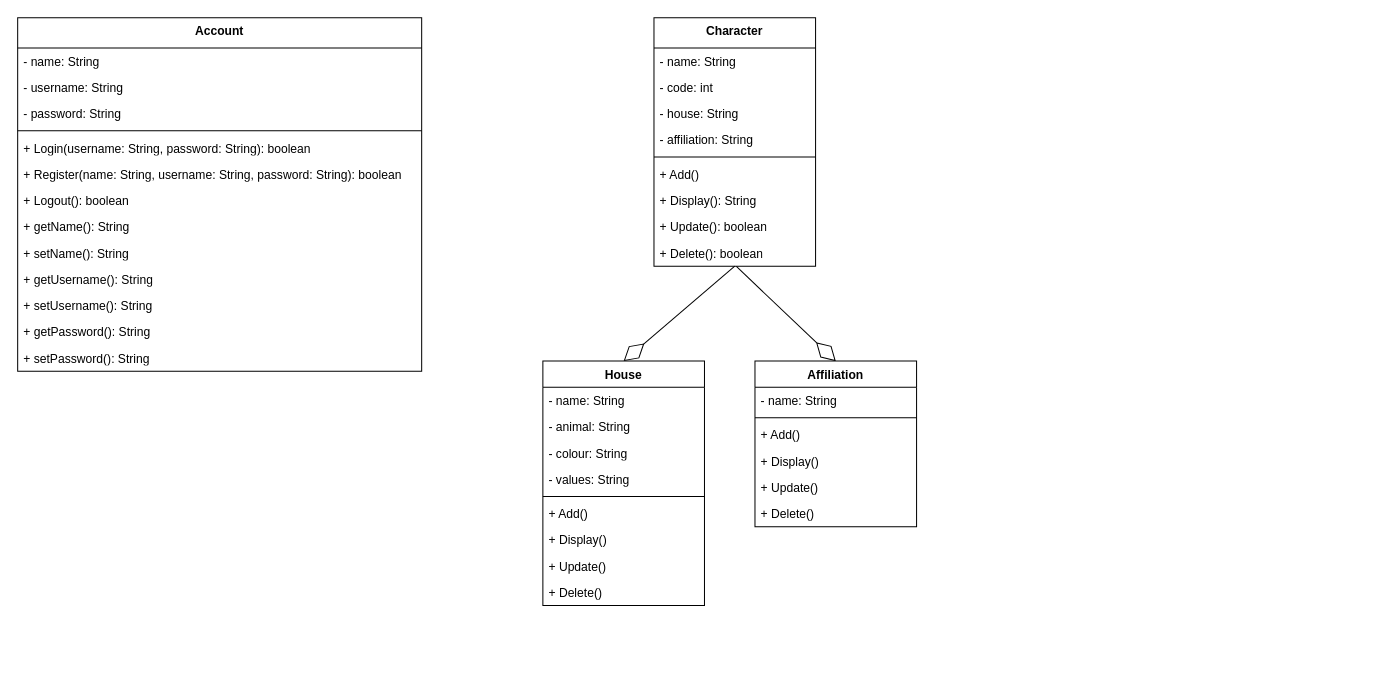
Above: hp.drawio in laurasultan/java (draw.io), before the change. Source tidied: cells renumbered, new cells numbered last; positions are measured from the earlier drawing's top-left corner, leaving out a move shared by most shapes. Both pictures are drawn from the tidied source at 101%, with x=0, y=0 at pixel (17, 17).
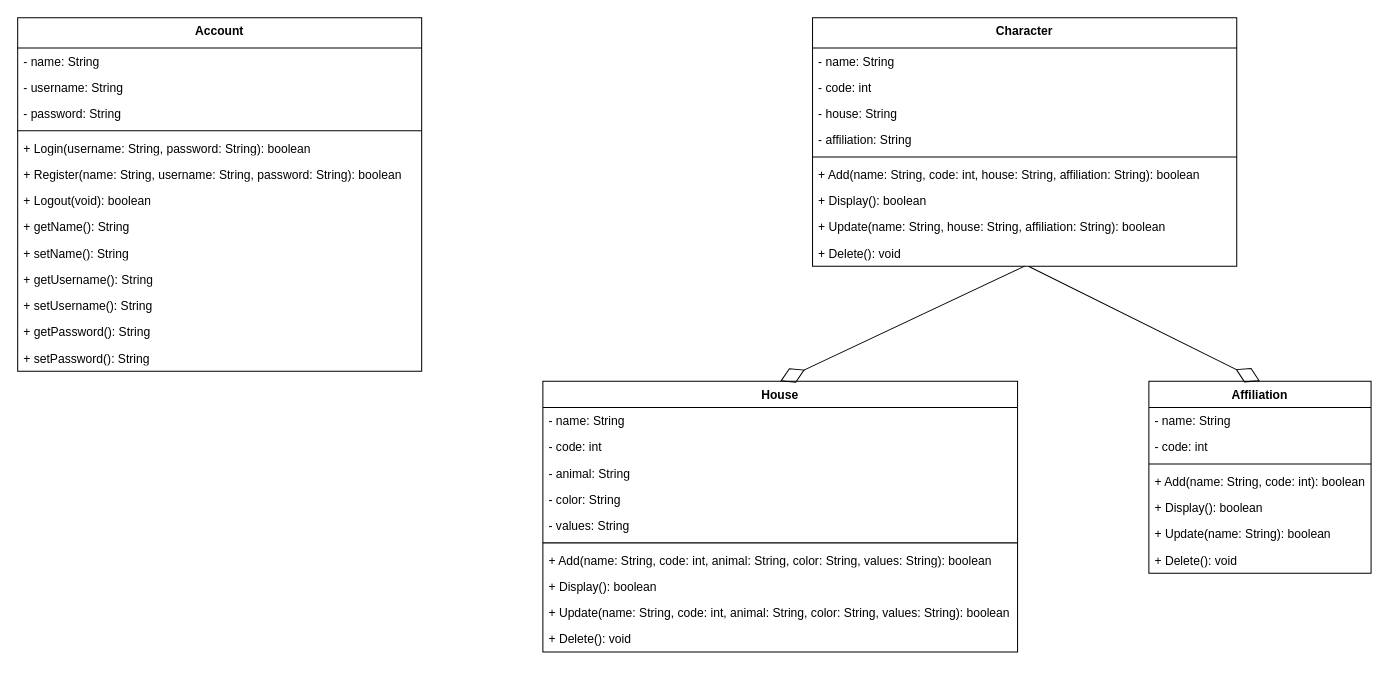
The same page after the edit.

The change refers to these unchanged cells:
```xml
<mxCell id="12" value="&lt;div&gt;Account&lt;br&gt;&lt;/div&gt;" style="swimlane;fontStyle=1;align=center;verticalAlign=top;horizontal=1;startSize=30;whiteSpace=wrap;html=1;" parent="1" vertex="1">
  <mxGeometry width="400" height="350" as="geometry" />
</mxCell>
```

Diff of the diagram source:
```diff
@@
     <mxCell id="2" value="&lt;div&gt;Character&lt;br&gt;&lt;/div&gt;" style="swimlane;fontStyle=1;align=center;verticalAlign=top;horizontal=1;startSize=30;whiteSpace=wrap;html=1;" parent="1" vertex="1">
-      <mxGeometry x="630" width="160" height="246" as="geometry" />
+      <mxGeometry x="787" width="420" height="246" as="geometry" />
     </mxCell>
     <mxCell id="3" value="- name: String" style="text;strokeColor=none;fillColor=none;align=left;verticalAlign=top;spacingLeft=4;spacingRight=4;overflow=hidden;whiteSpace=wrap;html=1;" parent="2" vertex="1">
-      <mxGeometry y="30" width="160" height="26" as="geometry" />
+      <mxGeometry y="30" width="420" height="26" as="geometry" />
     </mxCell>
     <mxCell id="4" value="- code: int" style="text;strokeColor=none;fillColor=none;align=left;verticalAlign=top;spacingLeft=4;spacingRight=4;overflow=hidden;whiteSpace=wrap;html=1;" parent="2" vertex="1">
-      <mxGeometry y="56" width="160" height="26" as="geometry" />
+      <mxGeometry y="56" width="420" height="26" as="geometry" />
     </mxCell>
     <mxCell id="5" value="- house: String" style="text;strokeColor=none;fillColor=none;align=left;verticalAlign=top;spacingLeft=4;spacingRight=4;overflow=hidden;whiteSpace=wrap;html=1;" parent="2" vertex="1">
-      <mxGeometry y="82" width="160" height="26" as="geometry" />
+      <mxGeometry y="82" width="420" height="26" as="geometry" />
     </mxCell>
     <mxCell id="6" value="- affiliation: String" style="text;strokeColor=none;fillColor=none;align=left;verticalAlign=top;spacingLeft=4;spacingRight=4;overflow=hidden;whiteSpace=wrap;html=1;" parent="2" vertex="1">
-      <mxGeometry y="108" width="160" height="26" as="geometry" />
+      <mxGeometry y="108" width="420" height="26" as="geometry" />
     </mxCell>
     <mxCell id="7" style="line;strokeWidth=1;fillColor=none;align=left;verticalAlign=middle;spacingTop=-1;spacingLeft=3;spacingRight=3;labelPosition=right;strokeColor=inherit;" parent="2" vertex="1">
-      <mxGeometry y="134" width="160" height="8" as="geometry" />
+      <mxGeometry y="134" width="420" height="8" as="geometry" />
     </mxCell>
-    <mxCell id="8" value="&lt;div&gt;+ Add()&lt;/div&gt;" style="text;strokeColor=none;fillColor=none;align=left;verticalAlign=top;spacingLeft=4;spacingRight=4;overflow=hidden;whiteSpace=wrap;html=1;" parent="2" vertex="1">
-      <mxGeometry y="142" width="160" height="26" as="geometry" />
+    <mxCell id="8" value="&lt;div&gt;+ Add(name: String, code: int, house: String, affiliation: String): boolean&lt;/div&gt;" style="text;strokeColor=none;fillColor=none;align=left;verticalAlign=top;spacingLeft=4;spacingRight=4;overflow=hidden;whiteSpace=wrap;html=1;" parent="2" vertex="1">
+      <mxGeometry y="142" width="420" height="26" as="geometry" />
     </mxCell>
-    <mxCell id="9" value="&lt;div&gt;+ Display(): String&lt;br&gt;&lt;/div&gt;" style="text;strokeColor=none;fillColor=none;align=left;verticalAlign=top;spacingLeft=4;spacingRight=4;overflow=hidden;whiteSpace=wrap;html=1;" parent="2" vertex="1">
-      <mxGeometry y="168" width="160" height="26" as="geometry" />
+    <mxCell id="9" value="&lt;div&gt;+ Display(): boolean&lt;br&gt;&lt;/div&gt;" style="text;strokeColor=none;fillColor=none;align=left;verticalAlign=top;spacingLeft=4;spacingRight=4;overflow=hidden;whiteSpace=wrap;html=1;" parent="2" vertex="1">
+      <mxGeometry y="168" width="420" height="26" as="geometry" />
     </mxCell>
-    <mxCell id="10" value="&lt;div&gt;+ Update(): boolean&lt;br&gt;&lt;/div&gt;" style="text;strokeColor=none;fillColor=none;align=left;verticalAlign=top;spacingLeft=4;spacingRight=4;overflow=hidden;whiteSpace=wrap;html=1;" parent="2" vertex="1">
-      <mxGeometry y="194" width="160" height="26" as="geometry" />
+    <mxCell id="10" value="&lt;div&gt;+ Update(name: String, house: String, affiliation: String): boolean&lt;br&gt;&lt;/div&gt;" style="text;strokeColor=none;fillColor=none;align=left;verticalAlign=top;spacingLeft=4;spacingRight=4;overflow=hidden;whiteSpace=wrap;html=1;" parent="2" vertex="1">
+      <mxGeometry y="194" width="420" height="26" as="geometry" />
     </mxCell>
-    <mxCell id="11" value="&lt;div&gt;+ Delete(): boolean&lt;br&gt;&lt;/div&gt;" style="text;strokeColor=none;fillColor=none;align=left;verticalAlign=top;spacingLeft=4;spacingRight=4;overflow=hidden;points=[[0,0.5],[1,0.5]];portConstraint=eastwest;whiteSpace=wrap;html=1;" parent="2" vertex="1">
-      <mxGeometry y="220" width="160" height="26" as="geometry" />
+    <mxCell id="11" value="&lt;div&gt;+ Delete(): void&lt;br&gt;&lt;/div&gt;" style="text;strokeColor=none;fillColor=none;align=left;verticalAlign=top;spacingLeft=4;spacingRight=4;overflow=hidden;points=[[0,0.5],[1,0.5]];portConstraint=eastwest;whiteSpace=wrap;html=1;" parent="2" vertex="1">
+      <mxGeometry y="220" width="420" height="26" as="geometry" />
     </mxCell>
@@
-    <mxCell id="19" value="+ Logout(): boolean" style="text;strokeColor=none;fillColor=none;align=left;verticalAlign=top;spacingLeft=4;spacingRight=4;overflow=hidden;whiteSpace=wrap;html=1;" parent="12" vertex="1">
+    <mxCell id="19" value="+ Logout(void): boolean" style="text;strokeColor=none;fillColor=none;align=left;verticalAlign=top;spacingLeft=4;spacingRight=4;overflow=hidden;whiteSpace=wrap;html=1;" parent="12" vertex="1">
       <mxGeometry y="168" width="400" height="26" as="geometry" />
     </mxCell>
@@
     <mxCell id="26" value="House" style="swimlane;fontStyle=1;align=center;verticalAlign=top;horizontal=1;startSize=26;whiteSpace=wrap;html=1;" parent="1" vertex="1">
-      <mxGeometry x="520" y="340" width="160" height="242" as="geometry" />
+      <mxGeometry x="520" y="360" width="470" height="268" as="geometry" />
     </mxCell>
     <mxCell id="27" value="- name: String" style="text;strokeColor=none;fillColor=none;align=left;verticalAlign=top;spacingLeft=4;spacingRight=4;overflow=hidden;whiteSpace=wrap;html=1;" parent="26" vertex="1">
-      <mxGeometry y="26" width="160" height="26" as="geometry" />
+      <mxGeometry y="26" width="470" height="26" as="geometry" />
     </mxCell>
+    <mxCell id="45" value="- code: int" style="text;strokeColor=none;fillColor=none;align=left;verticalAlign=top;spacingLeft=4;spacingRight=4;overflow=hidden;whiteSpace=wrap;html=1;" parent="26" vertex="1">
+      <mxGeometry y="52" width="470" height="26" as="geometry" />
+    </mxCell>
     <mxCell id="28" value="- animal: String" style="text;strokeColor=none;fillColor=none;align=left;verticalAlign=top;spacingLeft=4;spacingRight=4;overflow=hidden;whiteSpace=wrap;html=1;" parent="26" vertex="1">
-      <mxGeometry y="52" width="160" height="26" as="geometry" />
+      <mxGeometry y="78" width="470" height="26" as="geometry" />
     </mxCell>
-    <mxCell id="29" value="- colour: String" style="text;strokeColor=none;fillColor=none;align=left;verticalAlign=top;spacingLeft=4;spacingRight=4;overflow=hidden;whiteSpace=wrap;html=1;" parent="26" vertex="1">
-      <mxGeometry y="78" width="160" height="26" as="geometry" />
+    <mxCell id="29" value="- color: String" style="text;strokeColor=none;fillColor=none;align=left;verticalAlign=top;spacingLeft=4;spacingRight=4;overflow=hidden;whiteSpace=wrap;html=1;" parent="26" vertex="1">
+      <mxGeometry y="104" width="470" height="26" as="geometry" />
     </mxCell>
     <mxCell id="30" value="- values: String" style="text;strokeColor=none;fillColor=none;align=left;verticalAlign=top;spacingLeft=4;spacingRight=4;overflow=hidden;whiteSpace=wrap;html=1;" parent="26" vertex="1">
-      <mxGeometry y="104" width="160" height="26" as="geometry" />
+      <mxGeometry y="130" width="470" height="26" as="geometry" />
     </mxCell>
     <mxCell id="31" style="line;strokeWidth=1;fillColor=none;align=left;verticalAlign=middle;spacingTop=-1;spacingLeft=3;spacingRight=3;labelPosition=right;strokeColor=inherit;" parent="26" vertex="1">
-      <mxGeometry y="130" width="160" height="8" as="geometry" />
+      <mxGeometry y="156" width="470" height="8" as="geometry" />
     </mxCell>
-    <mxCell id="32" value="&lt;div&gt;+ Add()&lt;/div&gt;" style="text;strokeColor=none;fillColor=none;align=left;verticalAlign=top;spacingLeft=4;spacingRight=4;overflow=hidden;whiteSpace=wrap;html=1;" parent="26" vertex="1">
-      <mxGeometry y="138" width="160" height="26" as="geometry" />
+    <mxCell id="32" value="&lt;div&gt;+ Add(name: String, code: int, animal: String, color: String, values: String): boolean&lt;/div&gt;" style="text;strokeColor=none;fillColor=none;align=left;verticalAlign=top;spacingLeft=4;spacingRight=4;overflow=hidden;whiteSpace=wrap;html=1;" parent="26" vertex="1">
+      <mxGeometry y="164" width="470" height="26" as="geometry" />
     </mxCell>
-    <mxCell id="33" value="&lt;div&gt;+ Display()&lt;/div&gt;" style="text;strokeColor=none;fillColor=none;align=left;verticalAlign=top;spacingLeft=4;spacingRight=4;overflow=hidden;whiteSpace=wrap;html=1;" parent="26" vertex="1">
-      <mxGeometry y="164" width="160" height="26" as="geometry" />
+    <mxCell id="33" value="&lt;div&gt;+ Display(): boolean&lt;/div&gt;" style="text;strokeColor=none;fillColor=none;align=left;verticalAlign=top;spacingLeft=4;spacingRight=4;overflow=hidden;whiteSpace=wrap;html=1;" parent="26" vertex="1">
+      <mxGeometry y="190" width="470" height="26" as="geometry" />
     </mxCell>
-    <mxCell id="34" value="&lt;div&gt;+ Update()&lt;/div&gt;" style="text;strokeColor=none;fillColor=none;align=left;verticalAlign=top;spacingLeft=4;spacingRight=4;overflow=hidden;whiteSpace=wrap;html=1;" parent="26" vertex="1">
-      <mxGeometry y="190" width="160" height="26" as="geometry" />
+    <mxCell id="34" value="&lt;div&gt;+ Update(name: String, code: int, animal: String, color: String, values: String): boolean&lt;/div&gt;" style="text;strokeColor=none;fillColor=none;align=left;verticalAlign=top;spacingLeft=4;spacingRight=4;overflow=hidden;whiteSpace=wrap;html=1;" parent="26" vertex="1">
+      <mxGeometry y="216" width="470" height="26" as="geometry" />
     </mxCell>
-    <mxCell id="35" value="&lt;div&gt;+ Delete()&lt;/div&gt;" style="text;strokeColor=none;fillColor=none;align=left;verticalAlign=top;spacingLeft=4;spacingRight=4;overflow=hidden;whiteSpace=wrap;html=1;" parent="26" vertex="1">
-      <mxGeometry y="216" width="160" height="26" as="geometry" />
+    <mxCell id="35" value="&lt;div&gt;+ Delete(): void&lt;/div&gt;" style="text;strokeColor=none;fillColor=none;align=left;verticalAlign=top;spacingLeft=4;spacingRight=4;overflow=hidden;whiteSpace=wrap;html=1;" parent="26" vertex="1">
+      <mxGeometry y="242" width="470" height="26" as="geometry" />
     </mxCell>
     <mxCell id="36" value="Affiliation" style="swimlane;fontStyle=1;align=center;verticalAlign=top;horizontal=1;startSize=26;whiteSpace=wrap;html=1;" parent="1" vertex="1">
-      <mxGeometry x="730" y="340" width="160" height="164" as="geometry" />
+      <mxGeometry x="1120" y="360" width="220" height="190" as="geometry" />
     </mxCell>
     <mxCell id="37" value="- name: String" style="text;strokeColor=none;fillColor=none;align=left;verticalAlign=top;spacingLeft=4;spacingRight=4;overflow=hidden;whiteSpace=wrap;html=1;" parent="36" vertex="1">
-      <mxGeometry y="26" width="160" height="26" as="geometry" />
+      <mxGeometry y="26" width="220" height="26" as="geometry" />
     </mxCell>
+    <mxCell id="46" value="- code: int" style="text;strokeColor=none;fillColor=none;align=left;verticalAlign=top;spacingLeft=4;spacingRight=4;overflow=hidden;whiteSpace=wrap;html=1;" parent="36" vertex="1">
+      <mxGeometry y="52" width="220" height="26" as="geometry" />
+    </mxCell>
     <mxCell id="38" style="line;strokeWidth=1;fillColor=none;align=left;verticalAlign=middle;spacingTop=-1;spacingLeft=3;spacingRight=3;labelPosition=right;strokeColor=inherit;" parent="36" vertex="1">
-      <mxGeometry y="52" width="160" height="8" as="geometry" />
+      <mxGeometry y="78" width="220" height="8" as="geometry" />
     </mxCell>
-    <mxCell id="39" value="&lt;div&gt;+ Add()&lt;/div&gt;" style="text;strokeColor=none;fillColor=none;align=left;verticalAlign=top;spacingLeft=4;spacingRight=4;overflow=hidden;whiteSpace=wrap;html=1;" parent="36" vertex="1">
-      <mxGeometry y="60" width="160" height="26" as="geometry" />
+    <mxCell id="39" value="&lt;div&gt;+ Add(name: String, code: int): boolean&lt;/div&gt;" style="text;strokeColor=none;fillColor=none;align=left;verticalAlign=top;spacingLeft=4;spacingRight=4;overflow=hidden;whiteSpace=wrap;html=1;" parent="36" vertex="1">
+      <mxGeometry y="86" width="220" height="26" as="geometry" />
     </mxCell>
-    <mxCell id="40" value="&lt;div&gt;+ Display()&lt;/div&gt;" style="text;strokeColor=none;fillColor=none;align=left;verticalAlign=top;spacingLeft=4;spacingRight=4;overflow=hidden;whiteSpace=wrap;html=1;" parent="36" vertex="1">
-      <mxGeometry y="86" width="160" height="26" as="geometry" />
+    <mxCell id="40" value="&lt;div&gt;+ Display(): boolean&lt;/div&gt;" style="text;strokeColor=none;fillColor=none;align=left;verticalAlign=top;spacingLeft=4;spacingRight=4;overflow=hidden;whiteSpace=wrap;html=1;" parent="36" vertex="1">
+      <mxGeometry y="112" width="220" height="26" as="geometry" />
     </mxCell>
-    <mxCell id="41" value="&lt;div&gt;+ Update()&lt;/div&gt;" style="text;strokeColor=none;fillColor=none;align=left;verticalAlign=top;spacingLeft=4;spacingRight=4;overflow=hidden;whiteSpace=wrap;html=1;" parent="36" vertex="1">
-      <mxGeometry y="112" width="160" height="26" as="geometry" />
+    <mxCell id="41" value="&lt;div&gt;+ Update(name: String): boolean&lt;/div&gt;" style="text;strokeColor=none;fillColor=none;align=left;verticalAlign=top;spacingLeft=4;spacingRight=4;overflow=hidden;whiteSpace=wrap;html=1;" parent="36" vertex="1">
+      <mxGeometry y="138" width="220" height="26" as="geometry" />
     </mxCell>
-    <mxCell id="42" value="&lt;div&gt;+ Delete()&lt;/div&gt;" style="text;strokeColor=none;fillColor=none;align=left;verticalAlign=top;spacingLeft=4;spacingRight=4;overflow=hidden;whiteSpace=wrap;html=1;" parent="36" vertex="1">
-      <mxGeometry y="138" width="160" height="26" as="geometry" />
+    <mxCell id="42" value="&lt;div&gt;+ Delete(): void&lt;/div&gt;" style="text;strokeColor=none;fillColor=none;align=left;verticalAlign=top;spacingLeft=4;spacingRight=4;overflow=hidden;whiteSpace=wrap;html=1;" parent="36" vertex="1">
+      <mxGeometry y="164" width="220" height="26" as="geometry" />
     </mxCell>
```
